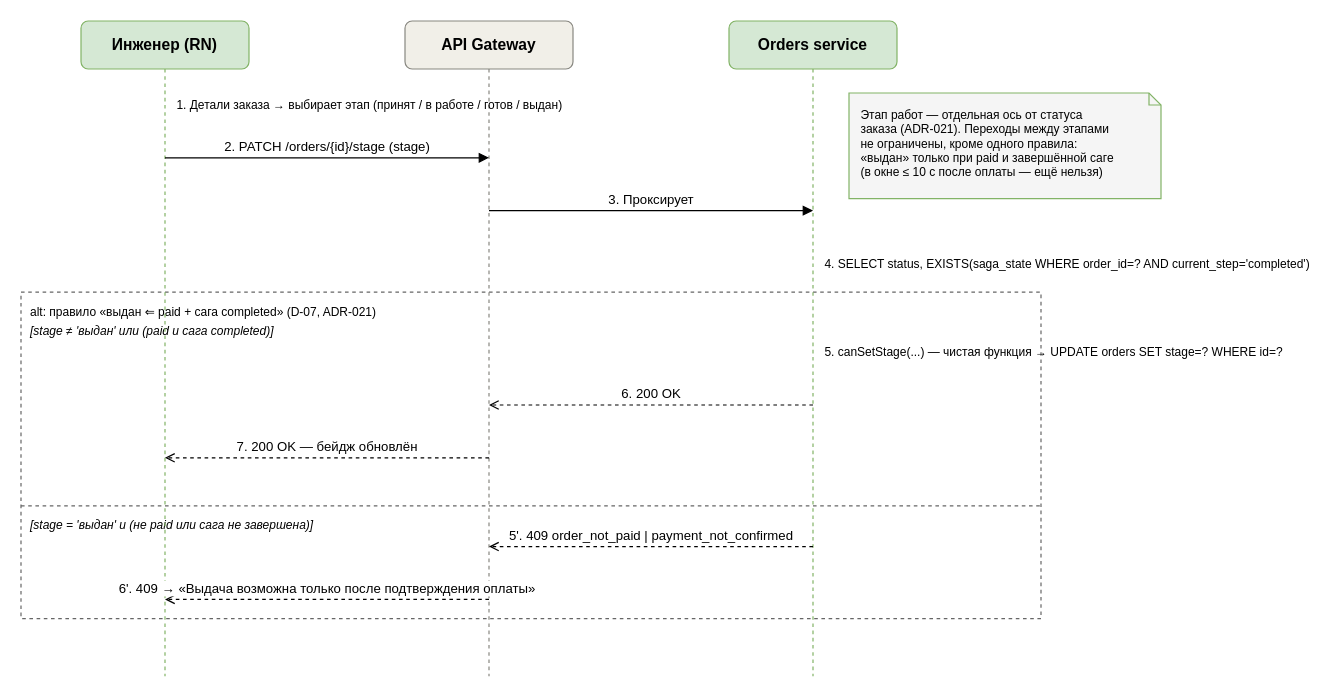
Above: stuff/uml/sequence/sequence-change-work-stage.drawio in TFRunity/sto (draw.io), before the change. Source tidied: cells renumbered, new cells numbered last; positions are measured from the earlier drawing's top-left corner, leaving out a move shared by most shapes. Both pictures are drawn from the tidied source at 120%, with x=0, y=0 at pixel (20, 20).
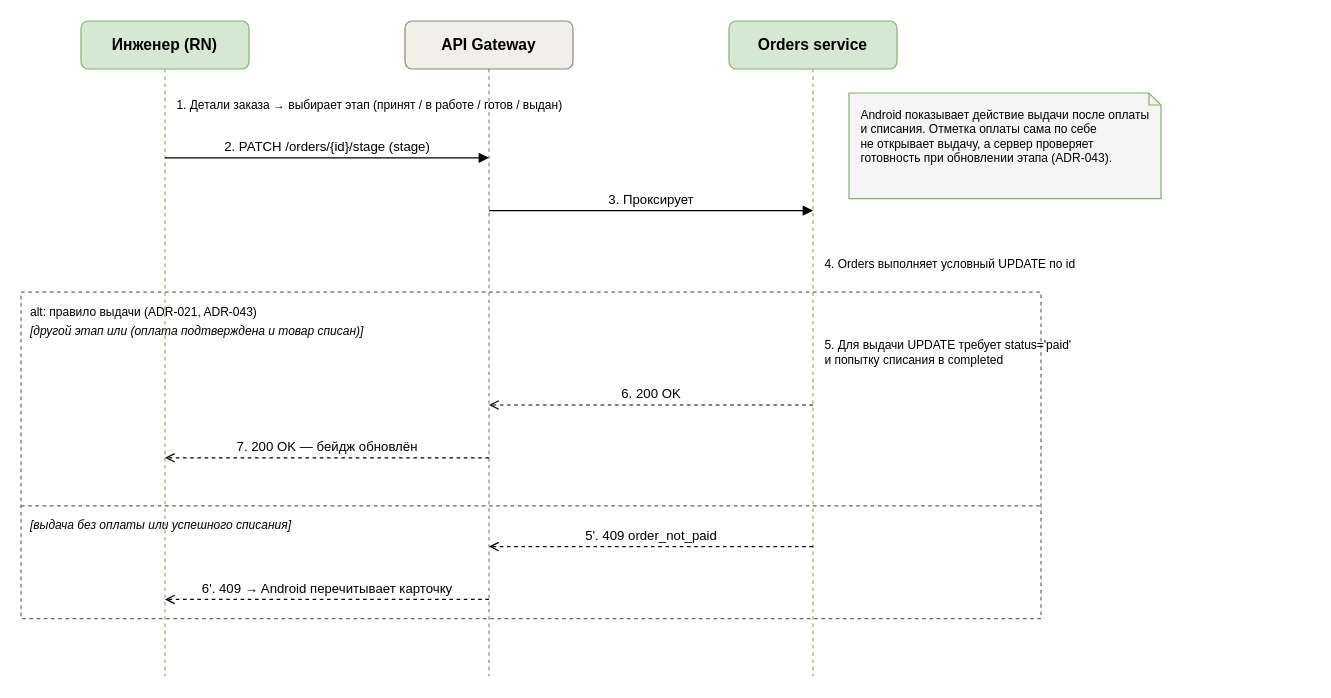
The same diagram, later.

Change to the diagram source:
```diff
@@
-    <mxCell id="5" value="alt: правило «выдан ⇐ paid + сага completed» (D-07, ADR-021)" style="rounded=0;whiteSpace=wrap;html=1;fillColor=none;strokeColor=#666666;dashed=1;verticalAlign=top;align=left;spacingLeft=6;spacingTop=4;fontSize=10;" parent="1" vertex="1">
+    <mxCell id="5" value="alt: правило выдачи (ADR-021, ADR-043)" style="rounded=0;whiteSpace=wrap;html=1;fillColor=none;strokeColor=#666666;dashed=1;verticalAlign=top;align=left;spacingLeft=6;spacingTop=4;fontSize=10;" parent="1" vertex="1">
       <mxGeometry y="226" width="850" height="272" as="geometry" />
     </mxCell>
-    <mxCell id="6" value="[stage ≠ 'выдан' или (paid и сага completed)]" style="text;html=1;align=left;fontSize=10;fontStyle=2;" parent="1" vertex="1">
+    <mxCell id="6" value="[другой этап или (оплата подтверждена и товар списан)]" style="text;html=1;align=left;fontSize=10;fontStyle=2;" parent="1" vertex="1">
       <mxGeometry x="6" y="246" width="200" height="16" as="geometry" />
     </mxCell>
-    <mxCell id="7" value="[stage = 'выдан' и (не paid или сага не завершена)]" style="text;html=1;align=left;fontSize=10;fontStyle=2;" parent="1" vertex="1">
+    <mxCell id="7" value="[выдача без оплаты или успешного списания]" style="text;html=1;align=left;fontSize=10;fontStyle=2;" parent="1" vertex="1">
       <mxGeometry x="6" y="408" width="200" height="16" as="geometry" />
     </mxCell>
@@
-    <mxCell id="15" value="4. SELECT status, EXISTS(saga_state WHERE order_id=? AND current_step='completed')" style="text;html=1;align=left;verticalAlign=middle;fontSize=10;whiteSpace=nowrap;" parent="1" vertex="1">
+    <mxCell id="15" value="4. Orders выполняет условный UPDATE по id" style="text;html=1;align=left;verticalAlign=middle;fontSize=10;whiteSpace=nowrap;" parent="1" vertex="1">
       <mxGeometry x="668" y="192" width="10" height="20" as="geometry" />
     </mxCell>
-    <mxCell id="16" value="5. canSetStage(...) — чистая функция → UPDATE orders SET stage=? WHERE id=?" style="text;html=1;align=left;verticalAlign=middle;fontSize=10;whiteSpace=nowrap;" parent="1" vertex="1">
+    <mxCell id="16" value="5. Для выдачи UPDATE требует status='paid'&lt;br&gt;и попытку списания в completed" style="text;html=1;align=left;verticalAlign=middle;fontSize=10;whiteSpace=nowrap;" parent="1" vertex="1">
       <mxGeometry x="668" y="266" width="10" height="20" as="geometry" />
     </mxCell>
@@
-    <mxCell id="19" value="5'. 409 order_not_paid | payment_not_confirmed" style="html=1;endArrow=open;dashed=1;fontSize=11;align=center;verticalAlign=bottom;" parent="1" edge="1">
+    <mxCell id="19" value="5'. 409 order_not_paid" style="html=1;endArrow=open;dashed=1;fontSize=11;align=center;verticalAlign=bottom;" parent="1" edge="1">
       <mxGeometry relative="1" as="geometry">
         <mxPoint x="660" y="438" as="sourcePoint" />
         <mxPoint x="390" y="438" as="targetPoint" />
       </mxGeometry>
     </mxCell>
-    <mxCell id="20" value="6'. 409 → «Выдача возможна только после подтверждения оплаты»" style="html=1;endArrow=open;dashed=1;fontSize=11;align=center;verticalAlign=bottom;" parent="1" edge="1">
+    <mxCell id="20" value="6'. 409 → Android перечитывает карточку" style="html=1;endArrow=open;dashed=1;fontSize=11;align=center;verticalAlign=bottom;" parent="1" edge="1">
       <mxGeometry relative="1" as="geometry">
         <mxPoint x="390" y="482" as="sourcePoint" />
         <mxPoint x="120" y="482" as="targetPoint" />
       </mxGeometry>
     </mxCell>
-    <mxCell id="21" value="Этап работ — отдельная ось от статуса&lt;br&gt;заказа (ADR-021). Переходы между этапами&lt;br&gt;не ограничены, кроме одного правила:&lt;br&gt;«выдан» только при paid и завершённой саге&lt;br&gt;(в окне ≤ 10 с после оплаты — ещё нельзя)" style="shape=note;whiteSpace=wrap;html=1;fillColor=#f5f5f5;strokeColor=#82b366;align=left;verticalAlign=top;spacingLeft=8;spacingTop=6;fontSize=10;size=10;" parent="1" vertex="1">
+    <mxCell id="21" value="Android показывает действие выдачи после оплаты&lt;br&gt;и списания. Отметка оплаты сама по себе&lt;br&gt;не открывает выдачу, а сервер проверяет&lt;br&gt;готовность при обновлении этапа (ADR-043)." style="shape=note;whiteSpace=wrap;html=1;fillColor=#f5f5f5;strokeColor=#82b366;align=left;verticalAlign=top;spacingLeft=8;spacingTop=6;fontSize=10;size=10;" parent="1" vertex="1">
       <mxGeometry x="690" y="60" width="260" height="88" as="geometry" />
     </mxCell>
```
